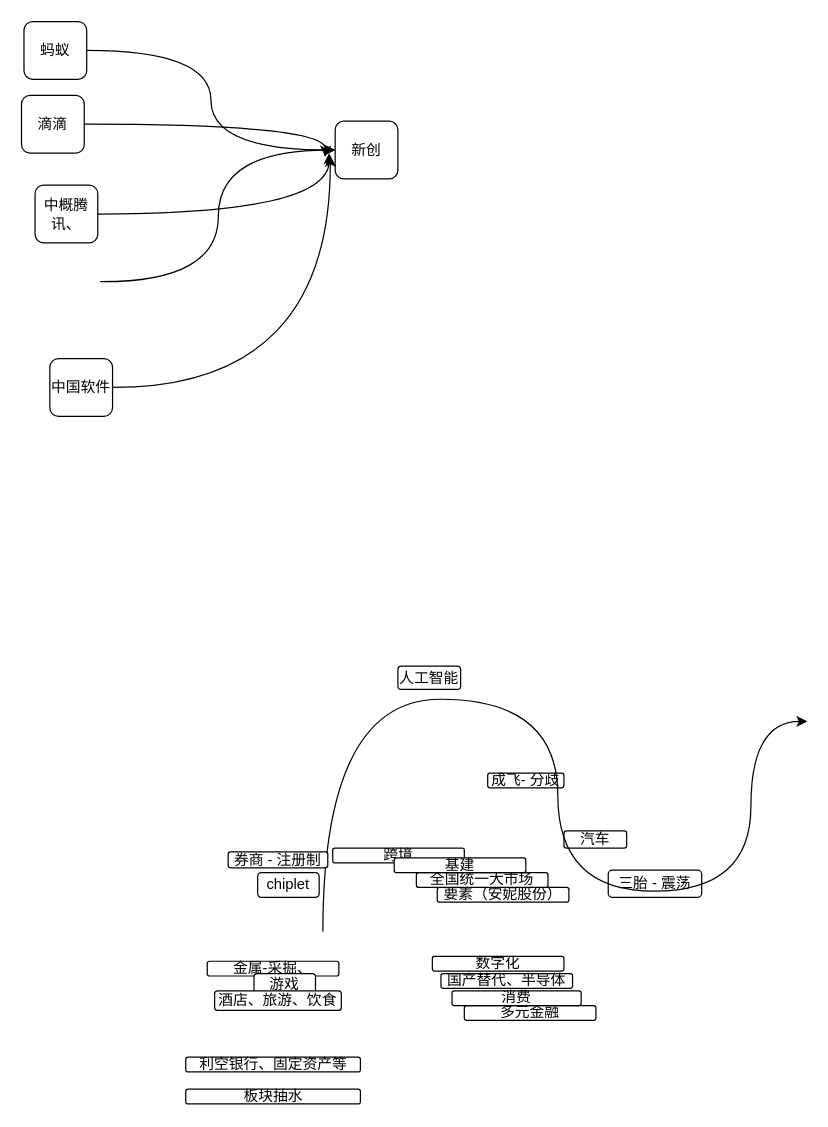
Asamiyaa/microservice-k8s-yun keeps this draw.io diagram as menus/每日头脑风暴.drawio. Above is the earlier version. Source tidied: cells renumbered, new cells numbered last; positions are measured from the earlier drawing's top-left corner, leaving out a move shared by most shapes. Both pictures are drawn from the tidied source at 123%, with x=0, y=0 at pixel (21, 21).
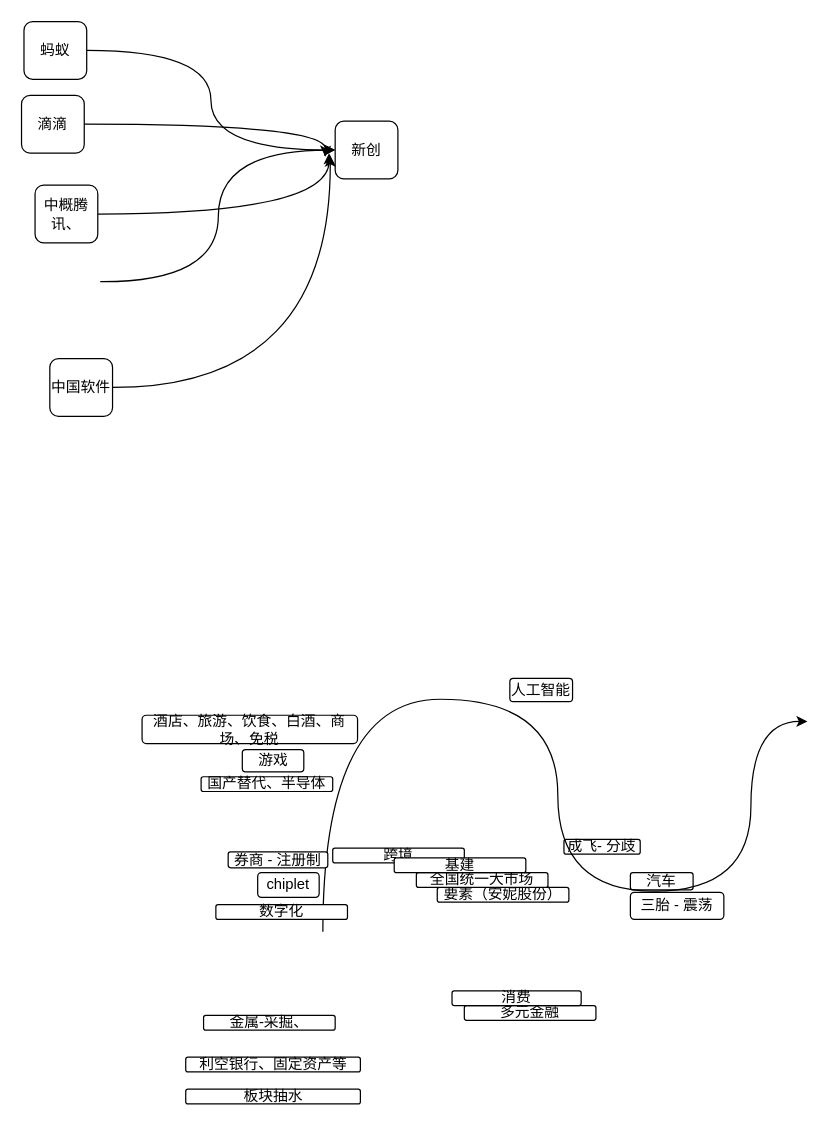
The same diagram, later.

Commit message:
更新每日头脑风暴.drawio

What changed in the source:
```diff
@@
     <mxCell id="12" value="人工智能" style="rounded=1;whiteSpace=wrap;html=1;" parent="1" vertex="1">
-      <mxGeometry x="306" y="524" width="51" height="19" as="geometry" />
+      <mxGeometry x="397" y="534" width="51" height="19" as="geometry" />
     </mxCell>
     <mxCell id="13" value="成飞- 分歧" style="rounded=1;whiteSpace=wrap;html=1;" parent="1" vertex="1">
-      <mxGeometry x="379" y="611" width="62" height="12" as="geometry" />
+      <mxGeometry x="441" y="665" width="62" height="12" as="geometry" />
     </mxCell>
     <mxCell id="14" value="三胎 - 震荡" style="rounded=1;whiteSpace=wrap;html=1;" parent="1" vertex="1">
-      <mxGeometry x="477" y="690" width="76" height="22" as="geometry" />
+      <mxGeometry x="495" y="708" width="76" height="22" as="geometry" />
     </mxCell>
     <mxCell id="15" value="汽车" style="rounded=1;whiteSpace=wrap;html=1;" parent="1" vertex="1">
-      <mxGeometry x="441" y="658" width="51" height="14" as="geometry" />
+      <mxGeometry x="495" y="692" width="51" height="14" as="geometry" />
     </mxCell>
@@
     <mxCell id="18" value="金属-采掘、" style="rounded=1;whiteSpace=wrap;html=1;" parent="1" vertex="1">
-      <mxGeometry x="151" y="764" width="107" height="12" as="geometry" />
+      <mxGeometry x="148" y="808" width="107" height="12" as="geometry" />
     </mxCell>
@@
     <mxCell id="20" value="游戏" style="rounded=1;whiteSpace=wrap;html=1;" parent="1" vertex="1">
-      <mxGeometry x="189" y="774" width="50" height="18" as="geometry" />
+      <mxGeometry x="179.5" y="592" width="50" height="18" as="geometry" />
     </mxCell>
-    <mxCell id="21" value="酒店、旅游、饮食" style="rounded=1;whiteSpace=wrap;html=1;" parent="1" vertex="1">
-      <mxGeometry x="157" y="788" width="103" height="16" as="geometry" />
+    <mxCell id="21" value="酒店、旅游、饮食、白酒、商场、免税" style="rounded=1;whiteSpace=wrap;html=1;" parent="1" vertex="1">
+      <mxGeometry x="98" y="564" width="175.2" height="23" as="geometry" />
     </mxCell>
@@
     <mxCell id="26" value="国产替代、半导体" style="rounded=1;whiteSpace=wrap;html=1;" parent="1" vertex="1">
-      <mxGeometry x="341" y="774" width="107" height="12" as="geometry" />
+      <mxGeometry x="146" y="614" width="107" height="12" as="geometry" />
     </mxCell>
     <mxCell id="27" value="数字化" style="rounded=1;whiteSpace=wrap;html=1;" parent="1" vertex="1">
-      <mxGeometry x="334" y="760" width="107" height="12" as="geometry" />
+      <mxGeometry x="158" y="718" width="107" height="12" as="geometry" />
     </mxCell>
```
